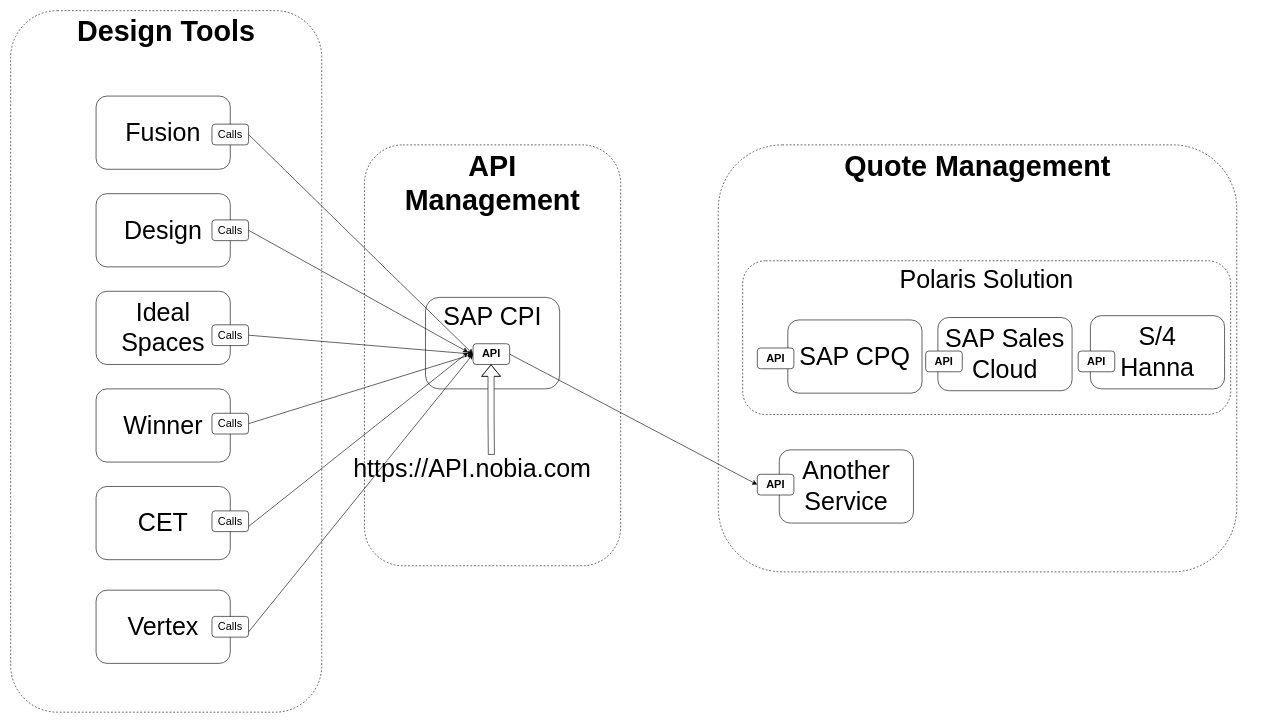
Above: page "Option 2- Nobia API Something Changes" (11 of 11) of Drawing_Tool_Integration.drawio in mrf742002/Diagrams (draw.io), before the change. Source tidied: cells renumbered, new cells numbered last; positions are measured from the earlier drawing's top-left corner, leaving out a move shared by most shapes. Both pictures are drawn from the tidied source at 61%, with x=0, y=0 at pixel (10, 10).
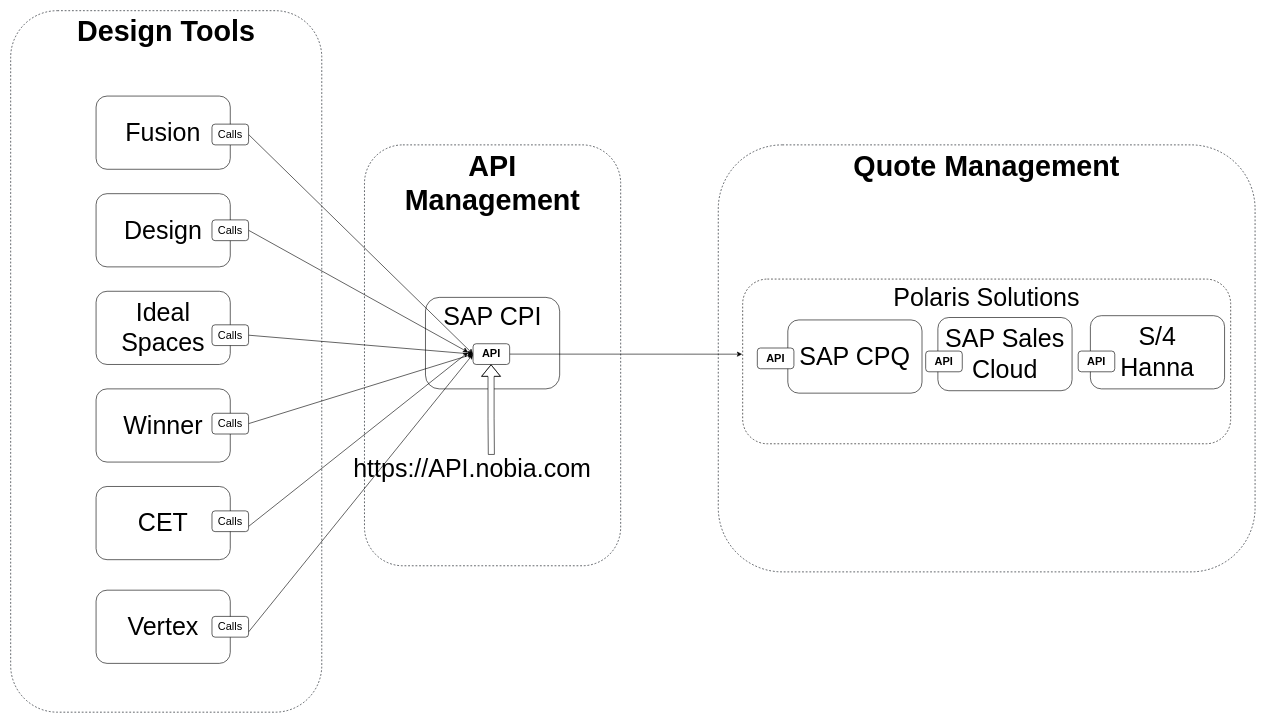
Above is the later version.

Unchanged cells that the change refers to:
```xml
<mxCell id="16" value="&lt;b&gt;API&lt;/b&gt;" style="rounded=1;whiteSpace=wrap;html=1;fontSize=18;" parent="1" vertex="1">
  <mxGeometry x="758" y="546" width="60" height="34" as="geometry" />
</mxCell>
```

What changed in the source:
```diff
@@
     <mxCell id="4" value="&lt;b style=&quot;font-size: 47px;&quot;&gt;Quote Management&lt;/b&gt;" style="rounded=1;whiteSpace=wrap;html=1;verticalAlign=top;strokeWidth=1;strokeColor=#020912;dashed=1;fontSize=47;" parent="1" vertex="1">
-      <mxGeometry x="1160" y="220" width="850" height="700" as="geometry" />
+      <mxGeometry x="1160" y="220" width="880" height="700" as="geometry" />
     </mxCell>
-    <mxCell id="5" value="Polaris Solution" style="rounded=1;whiteSpace=wrap;html=1;fontSize=41;dashed=1;fillColor=none;verticalAlign=top;" parent="1" vertex="1">
-      <mxGeometry x="1200" y="410" width="800" height="252" as="geometry" />
+    <mxCell id="5" value="Polaris Solutions" style="rounded=1;whiteSpace=wrap;html=1;fontSize=41;dashed=1;fillColor=none;verticalAlign=top;" parent="1" vertex="1">
+      <mxGeometry x="1200" y="440" width="800" height="270" as="geometry" />
     </mxCell>
@@
-    <mxCell id="15" style="edgeStyle=none;rounded=0;jettySize=auto;html=1;exitX=1;exitY=0.5;exitDx=0;exitDy=0;entryX=0;entryY=0.5;entryDx=0;entryDy=0;fontSize=21;" parent="1" edge="1" source="16" target="33">
+    <mxCell id="15" style="edgeStyle=none;rounded=0;jettySize=auto;html=1;exitX=1;exitY=0.5;exitDx=0;exitDy=0;entryX=-0.001;entryY=0.456;entryDx=0;entryDy=0;fontSize=21;entryPerimeter=0;" parent="1" edge="1" source="16" target="5">
       <mxGeometry relative="1" as="geometry" />
     </mxCell>
@@
-    <mxCell id="32" value="Another Service" style="rounded=1;whiteSpace=wrap;html=1;fontSize=41;" parent="1" vertex="1">
-      <mxGeometry x="1260" y="720" width="220" height="120" as="geometry" />
-    </mxCell>
-    <mxCell id="33" value="API" style="rounded=1;whiteSpace=wrap;html=1;fontSize=18;fontStyle=1;" parent="1" vertex="1">
-      <mxGeometry x="1224" y="760" width="60" height="34" as="geometry" />
-    </mxCell>
```
